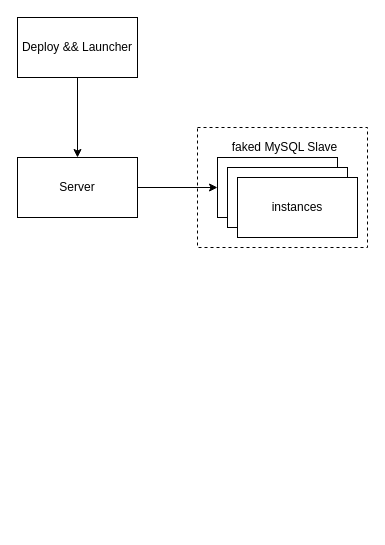
Earlier version of the draw.io diagram page "Page-1" (1 of 2) of dts.drawio (spiswe/scripts). Source tidied: cells renumbered, new cells numbered last; positions are measured from the earlier drawing's top-left corner, leaving out a move shared by most shapes. Both pictures are drawn from the tidied source at 100%, with x=0, y=0 at pixel (17, 17).
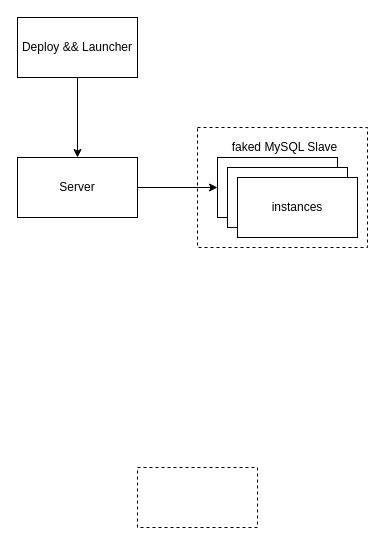
The same diagram, later.

What changed in the source:
```diff
@@
 <mxGraphModel>
   <root>
     <mxCell id="0" />
     <mxCell id="1" parent="0" />
     <mxCell id="2" style="rounded=0;whiteSpace=wrap;html=1;dashed=1;" parent="1" vertex="1">
       <mxGeometry x="180" y="110" width="170" height="120" as="geometry" />
     </mxCell>
     <mxCell id="3" style="edgeStyle=orthogonalEdgeStyle;rounded=0;jettySize=auto;html=1;" parent="1" edge="1" source="4" target="6">
       <mxGeometry relative="1" as="geometry" />
     </mxCell>
     <mxCell id="4" value="Deploy &amp;amp;&amp;amp; Launcher" style="rounded=0;whiteSpace=wrap;html=1;" parent="1" vertex="1">
       <mxGeometry width="120" height="60" as="geometry" />
     </mxCell>
     <mxCell id="5" style="edgeStyle=orthogonalEdgeStyle;rounded=0;jettySize=auto;html=1;" parent="1" edge="1" source="6" target="7">
       <mxGeometry relative="1" as="geometry" />
     </mxCell>
     <mxCell id="6" value="Server" style="rounded=0;whiteSpace=wrap;html=1;" parent="1" vertex="1">
       <mxGeometry y="140" width="120" height="60" as="geometry" />
     </mxCell>
     <mxCell id="7" style="whiteSpace=wrap;html=1;rounded=0;" parent="1" vertex="1">
       <mxGeometry x="200" y="140" width="120" height="60" as="geometry" />
     </mxCell>
     <mxCell id="8" style="whiteSpace=wrap;html=1;rounded=0;" parent="1" vertex="1">
       <mxGeometry x="210" y="150" width="120" height="60" as="geometry" />
     </mxCell>
     <mxCell id="9" value="instances" style="whiteSpace=wrap;html=1;rounded=0;" parent="1" vertex="1">
       <mxGeometry x="220" y="160" width="120" height="60" as="geometry" />
     </mxCell>
     <mxCell id="10" value="faked MySQL Slave" style="text;html=1;strokeColor=none;fillColor=none;align=center;verticalAlign=middle;whiteSpace=wrap;rounded=0;dashed=1;" parent="1" vertex="1">
       <mxGeometry x="205" y="120" width="125" height="20" as="geometry" />
     </mxCell>
+    <mxCell id="11" style="rounded=0;whiteSpace=wrap;html=1;dashed=1;" parent="1" vertex="1">
+      <mxGeometry x="120" y="450" width="120" height="60" as="geometry" />
+    </mxCell>
   </root>
 </mxGraphModel>
```
